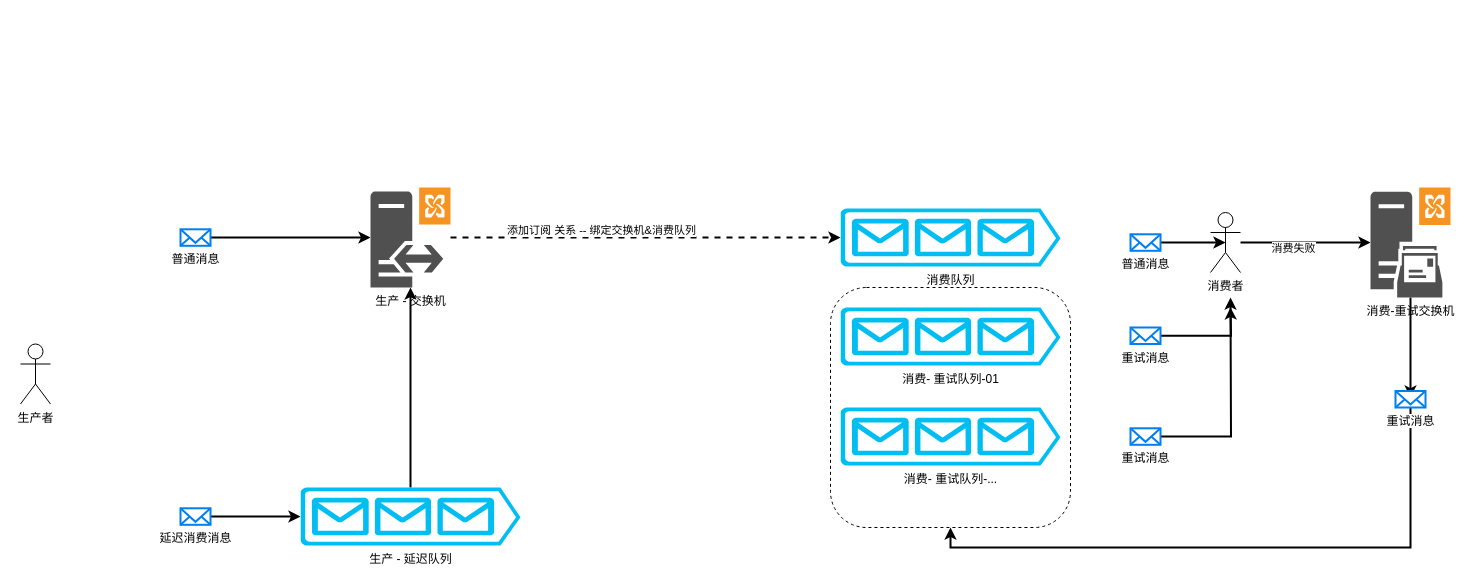
This is 消息中心示意图.drawio from stern-hcg/draw.io, a draw.io file, before an edit. Source tidied: cells renumbered, new cells numbered last; positions are measured from the earlier drawing's top-left corner, leaving out a move shared by most shapes. Both pictures are drawn from the tidied source at 100%, with x=0, y=0 at pixel (20, 187).
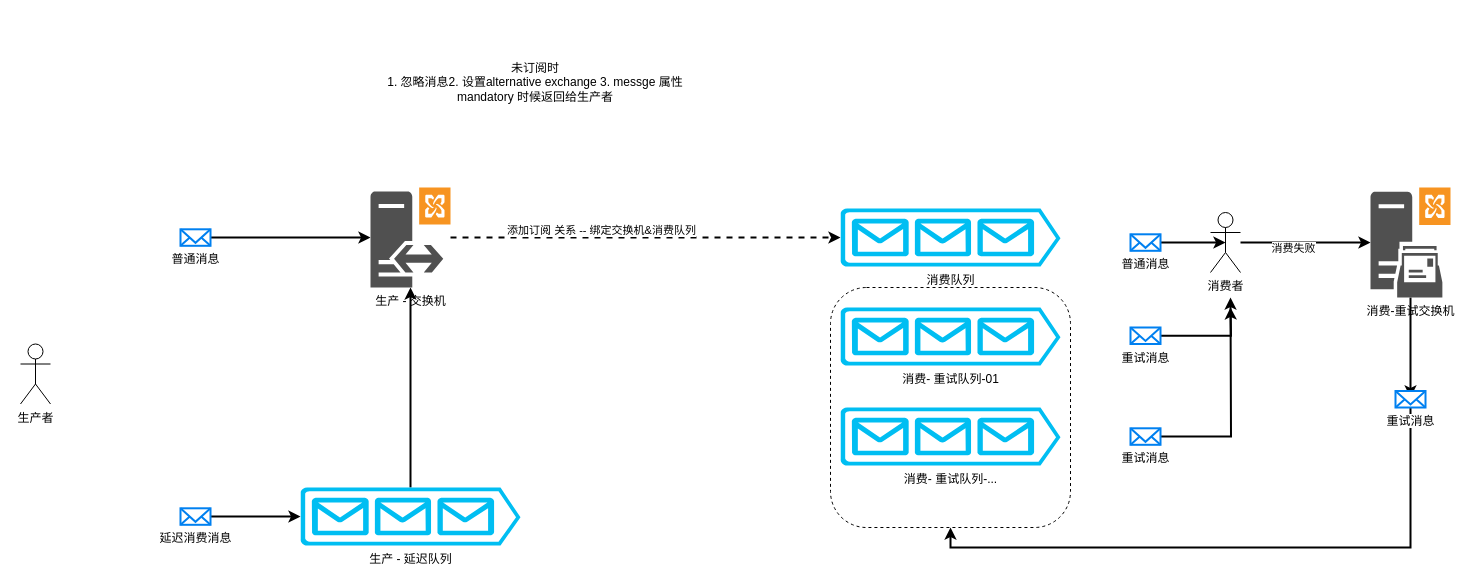
Above is the later version.

Commit message:
Update 消息中心示意图.drawio

Change to the diagram source:
```diff
@@
+    <mxCell id="29" value="未订阅时&lt;br&gt;1. 忽略消息2. 设置alternative exchange 3. messge 属性 mandatory 时候返回给生产者" style="text;html=1;strokeColor=none;fillColor=none;align=center;verticalAlign=middle;whiteSpace=wrap;rounded=0;" parent="1" vertex="1">
+      <mxGeometry x="360" y="-170" width="310" height="130" as="geometry" />
+    </mxCell>
```
